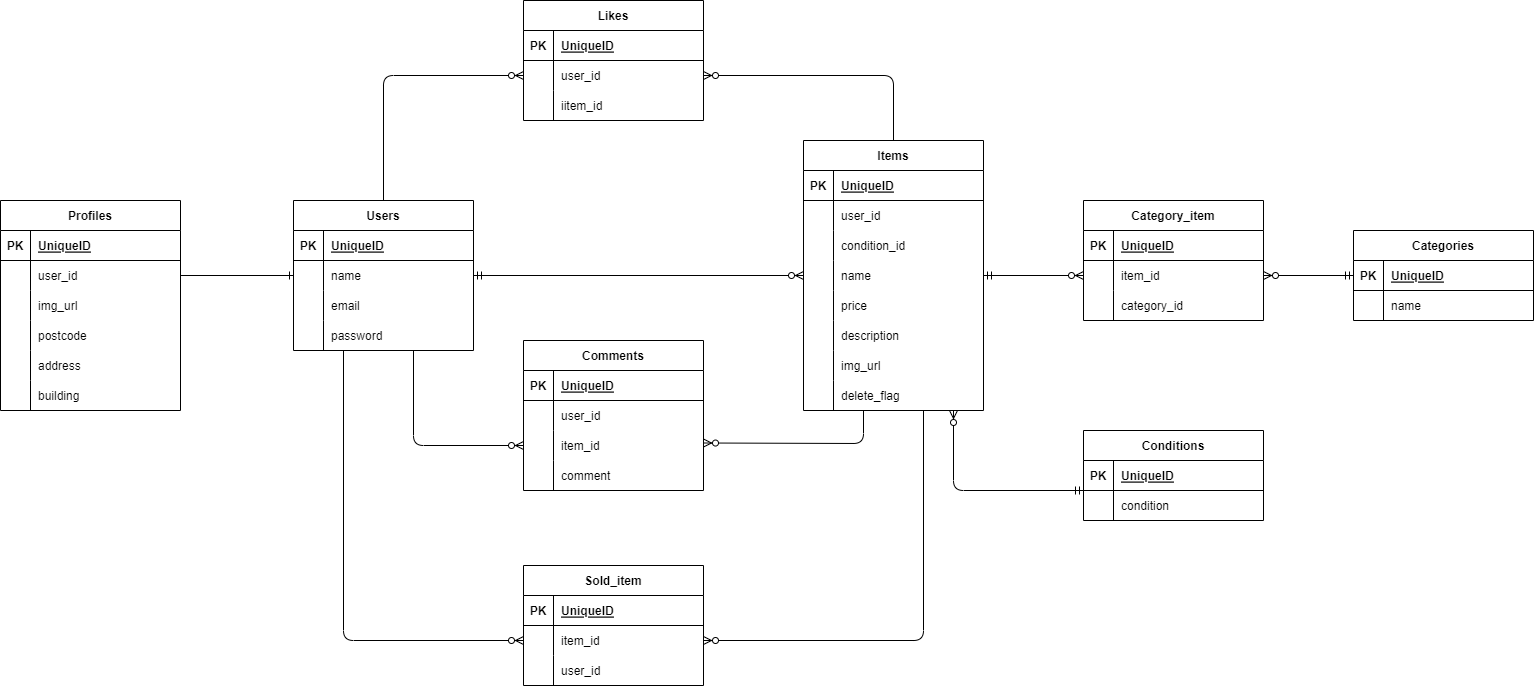
Before: storage/image/ER_figure.drawio.png, a diagram exported from draw.io (yu-tooo/coachtech-flma). Source tidied: cells renumbered, new cells last; positions are measured from the earlier drawing's top-left corner, leaving out a move shared by most shapes.
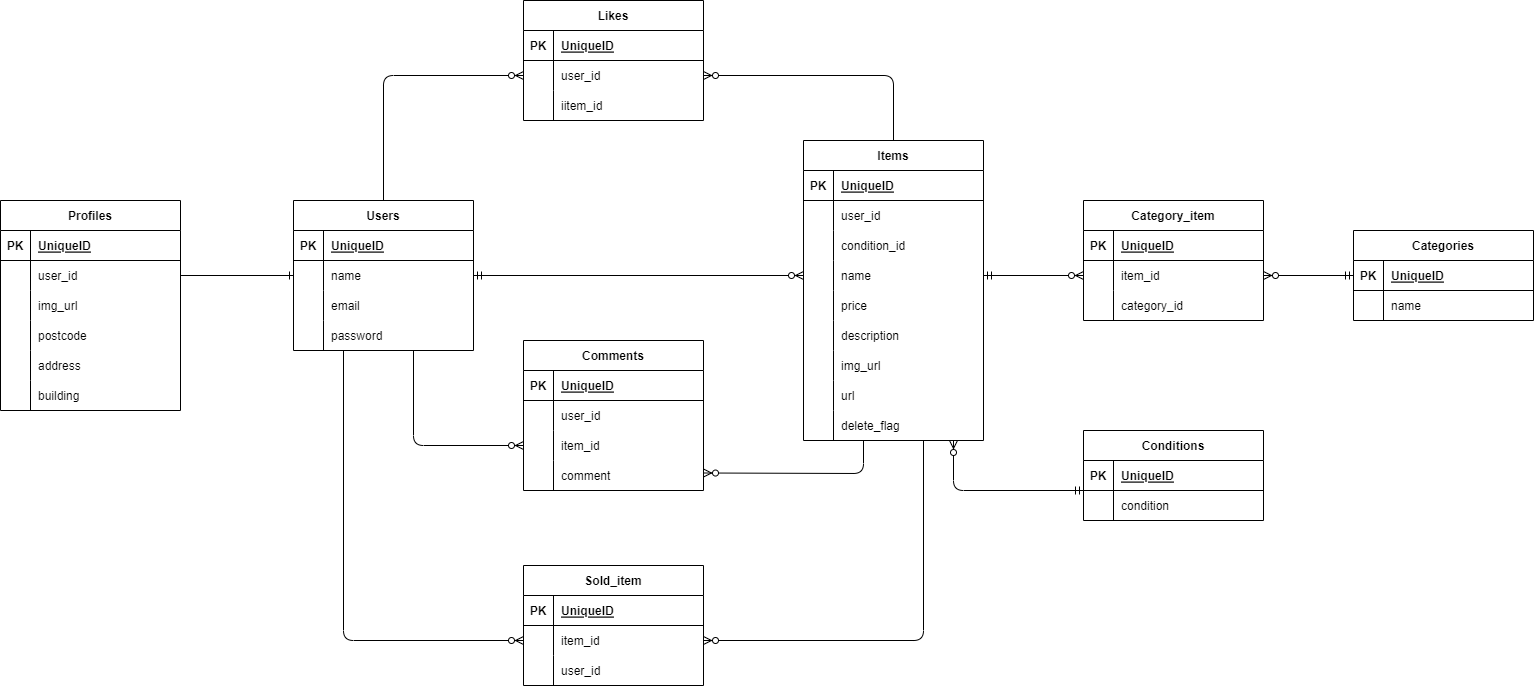
Later version of the same file.

Change to the diagram source:
```diff
@@ -210,7 +210,7 @@
       <mxGeometry x="803" y="140" width="180" height="270" as="geometry" />
     </mxCell>
     <mxCell id="71" value="Items" style="shape=table;startSize=30;rowLines=0;fontStyle=1;align=center;strokeColor=#000000;fontColor=#000000;fillColor=#FFFFFF;" parent="70" vertex="1">
-      <mxGeometry width="180" height="270" as="geometry" />
+      <mxGeometry width="180" height="300" as="geometry" />
     </mxCell>
     <mxCell id="72" style="shape=tableRow;horizontal=0;startSize=0;swimlaneHead=0;swimlaneBody=0;fillColor=none;top=0;left=0;right=0;bottom=1;strokeColor=#000000;fontColor=#000000;" parent="71" vertex="1">
       <mxGeometry y="30" width="180" height="30" as="geometry" />
@@ -284,6 +284,15 @@
     <mxCell id="95" style="shape=partialRectangle;fillColor=none;top=0;left=0;bottom=0;right=0;align=left;spacingLeft=6;overflow=hidden;strokeColor=#000000;fontColor=#000000;" parent="93" vertex="1">
       <mxGeometry x="30" width="150" height="30" as="geometry" />
     </mxCell>
+    <mxCell id="137" style="shape=tableRow;horizontal=0;startSize=0;swimlaneHead=0;swimlaneBody=0;fillColor=none;top=0;left=0;right=0;bottom=0;strokeColor=#000000;fontColor=#000000;" parent="71" vertex="1">
+      <mxGeometry y="270" width="180" height="30" as="geometry" />
+    </mxCell>
+    <mxCell id="138" style="shape=partialRectangle;fillColor=none;top=0;left=0;bottom=0;right=0;overflow=hidden;strokeColor=#000000;fontColor=#000000;" parent="137" vertex="1">
+      <mxGeometry width="30" height="30" as="geometry" />
+    </mxCell>
+    <mxCell id="139" style="shape=partialRectangle;fillColor=none;top=0;left=0;bottom=0;right=0;align=left;spacingLeft=6;overflow=hidden;strokeColor=#000000;fontColor=#000000;" parent="137" vertex="1">
+      <mxGeometry x="30" width="150" height="30" as="geometry" />
+    </mxCell>
     <mxCell id="96" value="price" style="shape=partialRectangle;fillColor=none;top=0;left=0;bottom=0;right=0;align=left;spacingLeft=6;overflow=hidden;strokeColor=#000000;fontColor=#000000;" parent="70" vertex="1">
       <mxGeometry x="30" y="150" width="150" height="30" as="geometry" />
     </mxCell>
@@ -293,9 +302,9 @@
     <mxCell id="98" value="img_url" style="shape=partialRectangle;fillColor=none;top=0;left=0;bottom=0;right=0;align=left;spacingLeft=6;overflow=hidden;strokeColor=#000000;fontColor=#000000;" parent="70" vertex="1">
       <mxGeometry x="30" y="210" width="150" height="30" as="geometry" />
     </mxCell>
-    <mxCell id="99" value="delete_flag" style="shape=partialRectangle;fillColor=none;top=0;left=0;bottom=0;right=0;align=left;spacingLeft=6;overflow=hidden;strokeColor=#000000;fontColor=#000000;" parent="70" vertex="1">
-      <mxGeometry x="30" y="240" width="150" height="30" as="geometry" />
-    </mxCell>
+    <mxCell id="140" value="url" style="shape=partialRectangle;fillColor=none;top=0;left=0;bottom=0;right=0;align=left;spacingLeft=6;overflow=hidden;strokeColor=#000000;fontColor=#000000;" parent="70" vertex="1">
+      <mxGeometry x="30" y="240" width="150" height="30" as="geometry" />
+    </mxCell>
     <mxCell id="100" value="Category_item" style="shape=table;startSize=30;rowLines=0;fontStyle=1;align=center;strokeColor=#000000;fontColor=#000000;fillColor=#FFFFFF;" parent="1" vertex="1">
       <mxGeometry x="1083" y="200" width="180" height="120" as="geometry" />
     </mxCell>
@@ -403,16 +412,16 @@
     </mxCell>
     <mxCell id="129" style="fontSize=12;html=1;endArrow=ERzeroToMany;endFill=1;strokeColor=#000000;fontColor=#000000;entryX=1;entryY=0.5;entryDx=0;entryDy=0;" parent="1" edge="1">
       <mxGeometry relative="1" as="geometry">
-        <mxPoint x="863" y="410" as="sourcePoint" />
-        <mxPoint x="703" y="442.5" as="targetPoint" />
+        <mxPoint x="863" y="440" as="sourcePoint" />
+        <mxPoint x="703" y="472.5" as="targetPoint" />
         <Array as="points">
-          <mxPoint x="863" y="443" />
+          <mxPoint x="863" y="473" />
         </Array>
       </mxGeometry>
     </mxCell>
     <mxCell id="130" style="fontSize=12;html=1;endArrow=ERzeroToMany;endFill=1;strokeColor=#000000;fontColor=#000000;entryX=1;entryY=0.5;entryDx=0;entryDy=0;" parent="1" edge="1" target="51">
       <mxGeometry relative="1" as="geometry">
-        <mxPoint x="923" y="410" as="sourcePoint" />
+        <mxPoint x="923" y="440" as="sourcePoint" />
         <Array as="points">
           <mxPoint x="923" y="640" />
         </Array>
@@ -424,7 +433,7 @@
     <mxCell id="132" style="fontSize=12;html=1;endArrow=ERzeroToMany;startArrow=ERmandOne;strokeColor=#000000;fontColor=#000000;" parent="1" edge="1">
       <mxGeometry relative="1" as="geometry">
         <mxPoint x="1083" y="490" as="sourcePoint" />
-        <mxPoint x="953" y="410" as="targetPoint" />
+        <mxPoint x="953" y="440" as="targetPoint" />
         <Array as="points">
           <mxPoint x="953" y="490" />
         </Array>
@@ -442,5 +451,8 @@
     <mxCell id="136" style="shape=partialRectangle;fillColor=none;top=0;left=0;bottom=0;right=0;overflow=hidden;" parent="135" vertex="1">
       <mxGeometry width="30" height="30" as="geometry" />
     </mxCell>
+    <mxCell id="99" value="delete_flag" style="shape=partialRectangle;fillColor=none;top=0;left=0;bottom=0;right=0;align=left;spacingLeft=6;overflow=hidden;strokeColor=#000000;fontColor=#000000;" parent="1" vertex="1">
+      <mxGeometry x="833" y="410" width="150" height="30" as="geometry" />
+    </mxCell>
   </root>
 </mxGraphModel>
```
